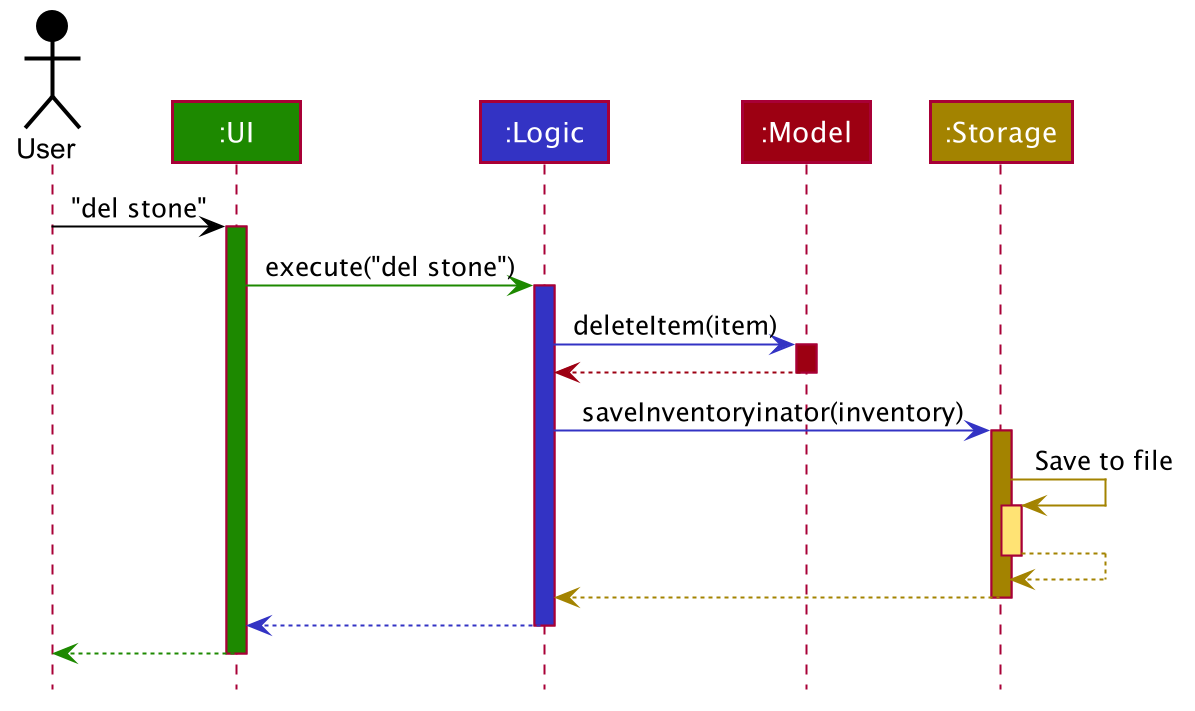
nus-cs2103-AY2021S1/tp keeps this PlantUML diagram as docs/images/commandseqdiagrams/ArchitectureSequenceDiagram.png. Above is the earlier version.
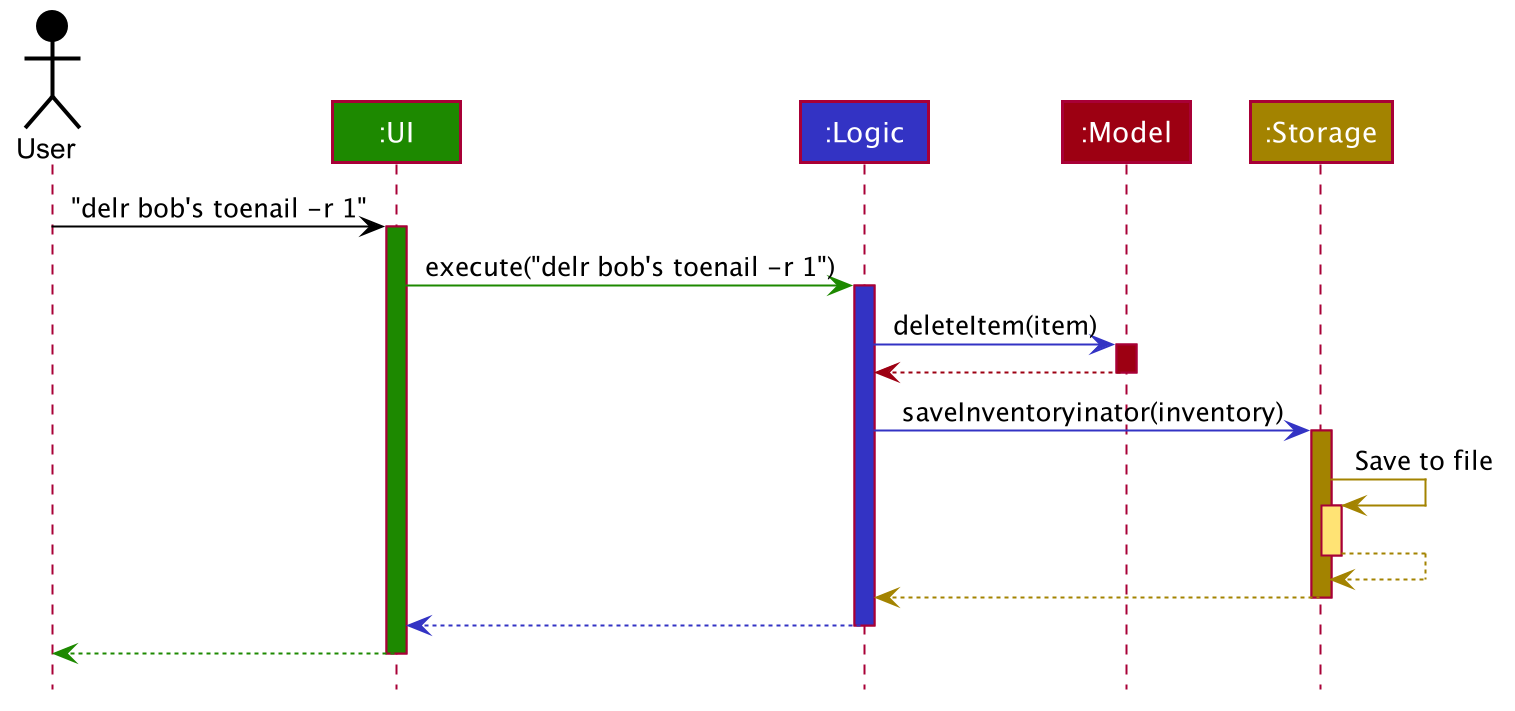
The same file after the commit.

Diff of the diagram source:
```diff
@@ -54,10 +54,10 @@
 Participant ":Model" as model #9D0012
 Participant ":Storage" as storage #A38300
 
-user -[#000000]> ui : "del stone"
+user -[#000000]> ui : "delr bob's toenail -r 1"
 activate ui #1D8900
 
-ui -[#1D8900]> logic : execute("del stone")
+ui -[#1D8900]> logic : execute("delr bob's toenail -r 1")
 activate logic #3333C4
 
 logic -[#3333C4]> model : deleteItem(item)
```
